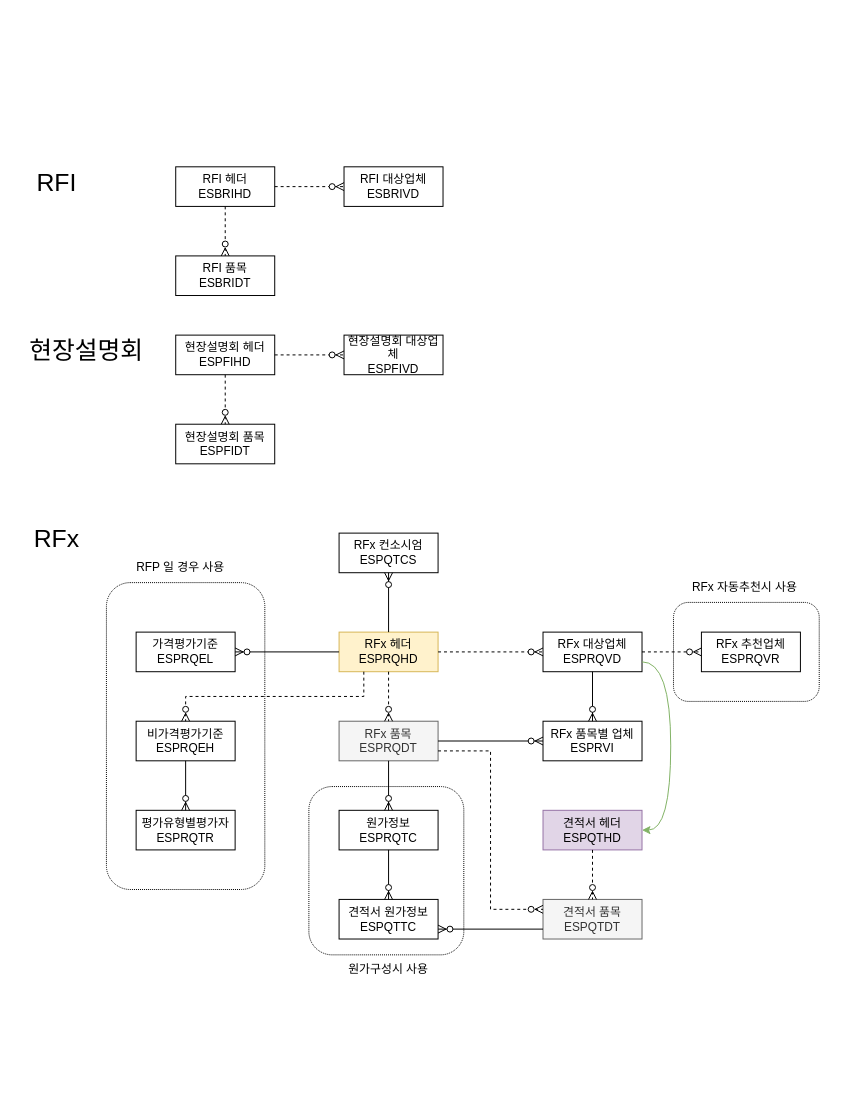
Before: RFx-주요테이블.drawio in kisspa-source/draw, a draw.io diagram. Source tidied: cells renumbered, new cells numbered last; positions are measured from the earlier drawing's top-left corner, leaving out a move shared by most shapes. Both pictures are drawn from the tidied source at 99%, with x=0, y=0 at pixel (27, 166).
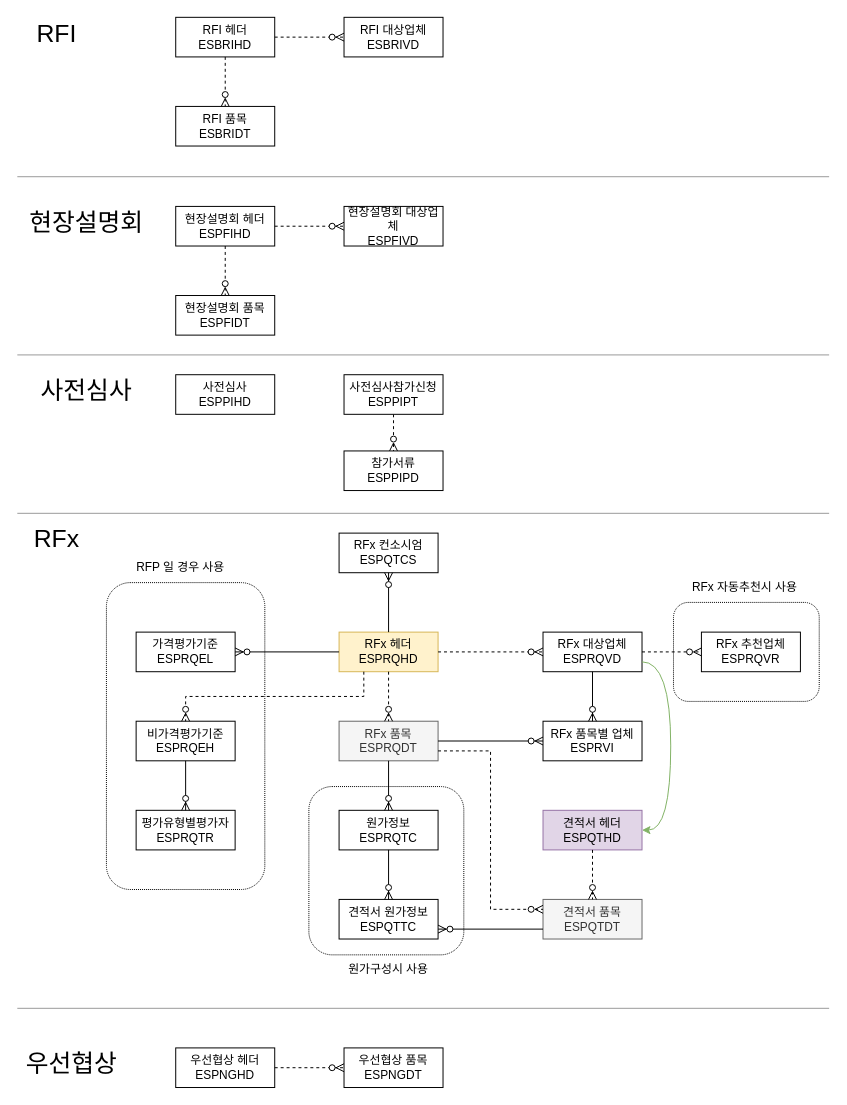
Above is the later version.

Commit message:
RFx-주요테이블.drawio 업데이트

The edit, as a diff of the source:
```diff
@@
     <mxCell id="5" value="RFI 헤더&lt;br&gt;ESBRIHD" style="whiteSpace=wrap;html=1;align=center;" parent="1" vertex="1">
-      <mxGeometry x="150" width="100" height="40" as="geometry" />
+      <mxGeometry x="150" y="-151" width="100" height="40" as="geometry" />
     </mxCell>
     <mxCell id="6" value="RFI 품목&lt;br&gt;ESBRIDT" style="whiteSpace=wrap;html=1;align=center;" parent="1" vertex="1">
-      <mxGeometry x="150" y="90" width="100" height="40" as="geometry" />
+      <mxGeometry x="150" y="-61" width="100" height="40" as="geometry" />
     </mxCell>
@@
     <mxCell id="8" value="RFI 대상업체&lt;br&gt;ESBRIVD" style="whiteSpace=wrap;html=1;align=center;" parent="1" vertex="1">
-      <mxGeometry x="320" width="100" height="40" as="geometry" />
+      <mxGeometry x="320" y="-151" width="100" height="40" as="geometry" />
     </mxCell>
@@
     <mxCell id="10" value="&lt;font style=&quot;font-size: 25px;&quot;&gt;RFI&lt;/font&gt;" style="text;html=1;strokeColor=none;fillColor=none;align=center;verticalAlign=middle;whiteSpace=wrap;rounded=0;" parent="1" vertex="1">
-      <mxGeometry width="60" height="30" as="geometry" />
+      <mxGeometry y="-151" width="60" height="30" as="geometry" />
     </mxCell>
     <mxCell id="11" value="현장설명회 헤더&lt;br&gt;ESPFIHD" style="whiteSpace=wrap;html=1;align=center;" parent="1" vertex="1">
-      <mxGeometry x="150" y="170" width="100" height="40" as="geometry" />
+      <mxGeometry x="150" y="40" width="100" height="40" as="geometry" />
     </mxCell>
     <mxCell id="12" value="현장설명회 품목&lt;br&gt;ESPFIDT" style="whiteSpace=wrap;html=1;align=center;" parent="1" vertex="1">
-      <mxGeometry x="150" y="260" width="100" height="40" as="geometry" />
+      <mxGeometry x="150" y="130" width="100" height="40" as="geometry" />
     </mxCell>
@@
     <mxCell id="14" value="현장설명회 대상업체&lt;br&gt;ESPFIVD" style="whiteSpace=wrap;html=1;align=center;" parent="1" vertex="1">
-      <mxGeometry x="320" y="170" width="100" height="40" as="geometry" />
+      <mxGeometry x="320" y="40" width="100" height="40" as="geometry" />
     </mxCell>
@@
     <mxCell id="16" value="&lt;span style=&quot;font-size: 25px;&quot;&gt;현장설명회&lt;/span&gt;" style="text;html=1;strokeColor=none;fillColor=none;align=center;verticalAlign=middle;whiteSpace=wrap;rounded=0;" parent="1" vertex="1">
-      <mxGeometry y="170" width="120" height="30" as="geometry" />
+      <mxGeometry y="40" width="120" height="30" as="geometry" />
     </mxCell>
@@
+    <mxCell id="49" value="&lt;font style=&quot;font-size: 25px;&quot;&gt;우선협상&lt;/font&gt;" style="text;html=1;strokeColor=none;fillColor=none;align=center;verticalAlign=middle;whiteSpace=wrap;rounded=0;" parent="1" vertex="1">
+      <mxGeometry x="-10" y="890" width="110" height="30" as="geometry" />
+    </mxCell>
+    <mxCell id="50" value="우선협상 헤더&lt;br&gt;ESPNGHD" style="whiteSpace=wrap;html=1;align=center;" parent="1" vertex="1">
+      <mxGeometry x="150" y="890" width="100" height="40" as="geometry" />
+    </mxCell>
+    <mxCell id="51" value="우선협상 품목&lt;br&gt;ESPNGDT" style="whiteSpace=wrap;html=1;align=center;" parent="1" vertex="1">
+      <mxGeometry x="320" y="890" width="100" height="40" as="geometry" />
+    </mxCell>
+    <mxCell id="52" style="fontSize=12;html=1;endArrow=ERzeroToMany;endFill=1;rounded=0;exitX=1;exitY=0.5;exitDx=0;exitDy=0;dashed=1;" parent="1" edge="1" source="50" target="51">
+      <mxGeometry relative="1" as="geometry" />
+    </mxCell>
+    <mxCell id="53" value="사전심사&lt;br&gt;ESPPIHD" style="whiteSpace=wrap;html=1;align=center;" parent="1" vertex="1">
+      <mxGeometry x="150" y="210" width="100" height="40" as="geometry" />
+    </mxCell>
+    <mxCell id="54" value="참가서류&lt;br&gt;ESPPIPD" style="whiteSpace=wrap;html=1;align=center;" parent="1" vertex="1">
+      <mxGeometry x="320" y="287" width="100" height="40" as="geometry" />
+    </mxCell>
+    <mxCell id="55" style="fontSize=12;html=1;endArrow=ERzeroToMany;endFill=1;rounded=0;exitX=0.5;exitY=1;exitDx=0;exitDy=0;dashed=1;entryX=0.5;entryY=0;entryDx=0;entryDy=0;" parent="1" edge="1" source="56" target="54">
+      <mxGeometry relative="1" as="geometry" />
+    </mxCell>
+    <mxCell id="56" value="사전심사참가신청&lt;br&gt;ESPPIPT" style="whiteSpace=wrap;html=1;align=center;" parent="1" vertex="1">
+      <mxGeometry x="320" y="210" width="100" height="40" as="geometry" />
+    </mxCell>
+    <mxCell id="57" value="&lt;span style=&quot;font-size: 25px;&quot;&gt;사전심사&lt;/span&gt;" style="text;html=1;strokeColor=none;fillColor=none;align=center;verticalAlign=middle;whiteSpace=wrap;rounded=0;" parent="1" vertex="1">
+      <mxGeometry y="210" width="120" height="30" as="geometry" />
+    </mxCell>
+    <mxCell id="58" style="endArrow=none;html=1;rounded=0;strokeColor=#999999;" parent="1" edge="1">
+      <mxGeometry relative="1" as="geometry">
+        <mxPoint x="-10" y="10" as="sourcePoint" />
+        <mxPoint x="810" y="10" as="targetPoint" />
+      </mxGeometry>
+    </mxCell>
+    <mxCell id="59" style="endArrow=none;html=1;rounded=0;fillColor=#f5f5f5;strokeColor=#999999;" parent="1" edge="1">
+      <mxGeometry relative="1" as="geometry">
+        <mxPoint x="-10" y="190" as="sourcePoint" />
+        <mxPoint x="810" y="190" as="targetPoint" />
+      </mxGeometry>
+    </mxCell>
+    <mxCell id="60" style="endArrow=none;html=1;rounded=0;strokeColor=#999999;" parent="1" edge="1">
+      <mxGeometry relative="1" as="geometry">
+        <mxPoint x="-10" y="350" as="sourcePoint" />
+        <mxPoint x="810" y="350" as="targetPoint" />
+      </mxGeometry>
+    </mxCell>
+    <mxCell id="61" style="endArrow=none;html=1;rounded=0;strokeColor=#999999;" parent="1" edge="1">
+      <mxGeometry relative="1" as="geometry">
+        <mxPoint x="-10" y="850" as="sourcePoint" />
+        <mxPoint x="810" y="850" as="targetPoint" />
+      </mxGeometry>
+    </mxCell>
```
